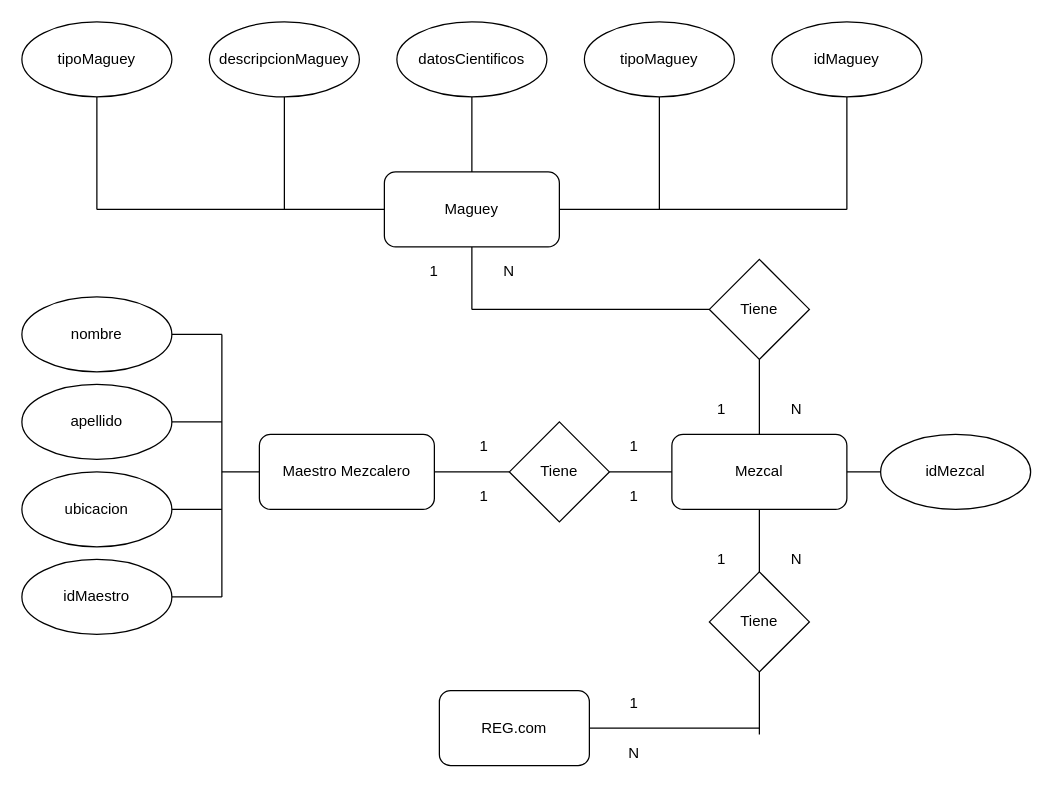
This is Untitled Diagram.drawio from ederru/reg, a draw.io file, before an edit. Source tidied: cells renumbered, new cells numbered last; positions are measured from the earlier drawing's top-left corner, leaving out a move shared by most shapes. Both pictures are drawn from the tidied source at 125%, with x=0, y=0 at pixel (21, 21).
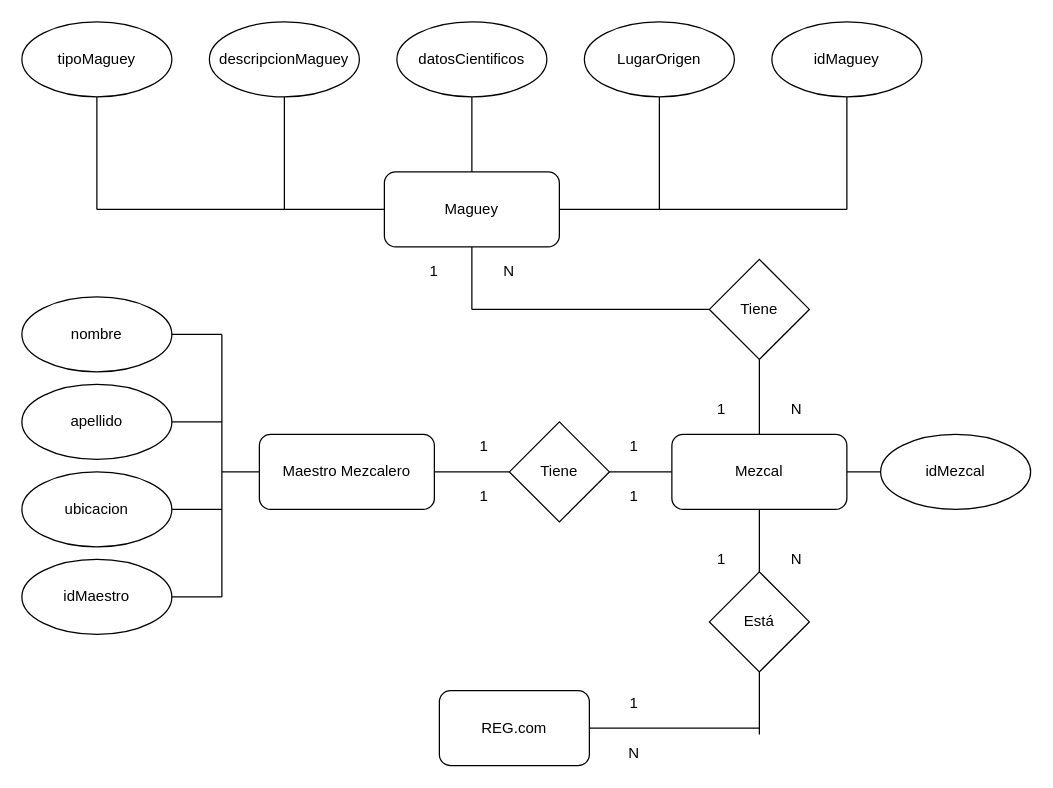
After the change.

Change to the diagram source:
```diff
@@
-    <mxCell id="6" value="&lt;div&gt;tipoMaguey&lt;/div&gt;" style="ellipse;whiteSpace=wrap;html=1;" parent="1" vertex="1">
+    <mxCell id="6" value="LugarOrigen" style="ellipse;whiteSpace=wrap;html=1;" parent="1" vertex="1">
       <mxGeometry x="450" width="120" height="60" as="geometry" />
     </mxCell>
@@
-    <mxCell id="45" value="Tiene" style="rhombus;whiteSpace=wrap;html=1;" parent="1" vertex="1">
+    <mxCell id="45" value="Está" style="rhombus;whiteSpace=wrap;html=1;" parent="1" vertex="1">
       <mxGeometry x="550" y="440" width="80" height="80" as="geometry" />
     </mxCell>
```
